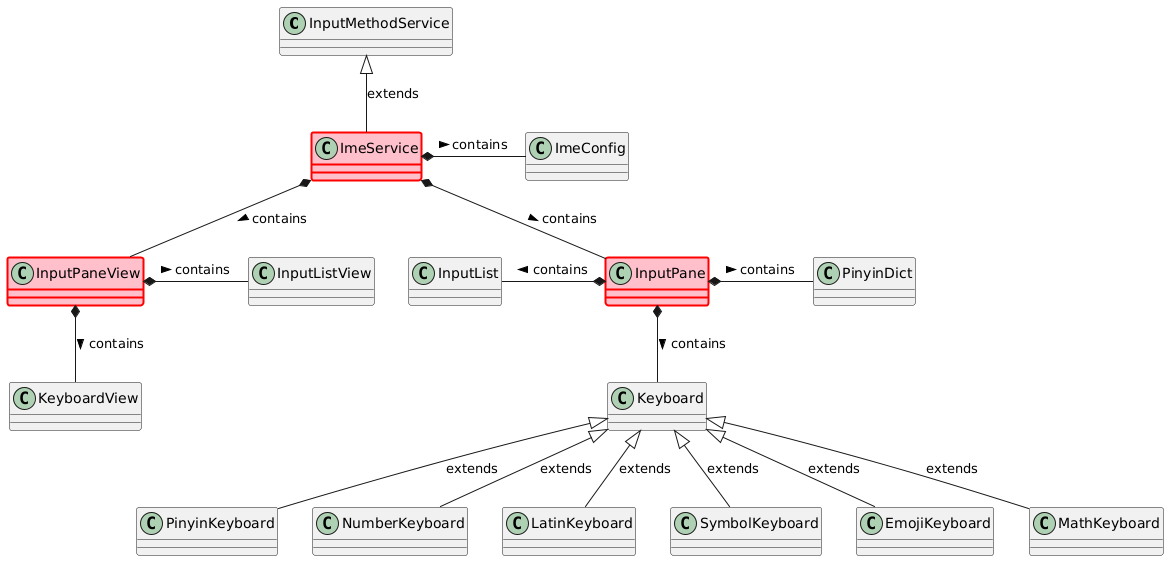
Before: docs/img/class-diagram.png, a diagram exported from PlantUML (crazydan-studio/kuaizi-ime-android). The source it was exported from:
```plantuml
@startuml
class "InputMethodService" as sys_ime_svc
class "ImeService" as ime_svc #pink ##[bold]red
class "ImeConfig" as ime_conf

class "InputPane" as input_pane #pink ##[bold]red
class "PinyinDict" as dict
class "InputList" as input_list
class "Keyboard" as keyboard
class "PinyinKeyboard" as pinyin_kb
class "NumberKeyboard" as number_kb
class "LatinKeyboard" as latin_kb
class "SymbolKeyboard" as symbol_kb
class "EmojiKeyboard" as emoji_kb
class "MathKeyboard" as math_kb

class "InputPaneView" as input_pane_view #pink ##[bold]red
class "KeyboardView" as keyboard_view
class "InputListView" as input_list_view

sys_ime_svc <|-down- ime_svc: extends

ime_svc *-right- ime_conf: contains >
ime_svc *-down- input_pane: contains >
ime_svc *-down- input_pane_view: contains >

input_pane_view *-right- input_list_view: contains >
input_pane_view *-down- keyboard_view: contains >

input_pane *-left- input_list: contains >
input_pane *-down- keyboard: contains >
input_pane *-right- dict: contains >

keyboard <|-down- pinyin_kb: extends
keyboard <|-down- number_kb: extends
keyboard <|-down- latin_kb: extends
keyboard <|-down- symbol_kb: extends
keyboard <|-down- emoji_kb: extends
keyboard <|-down- math_kb: extends
@enduml
```
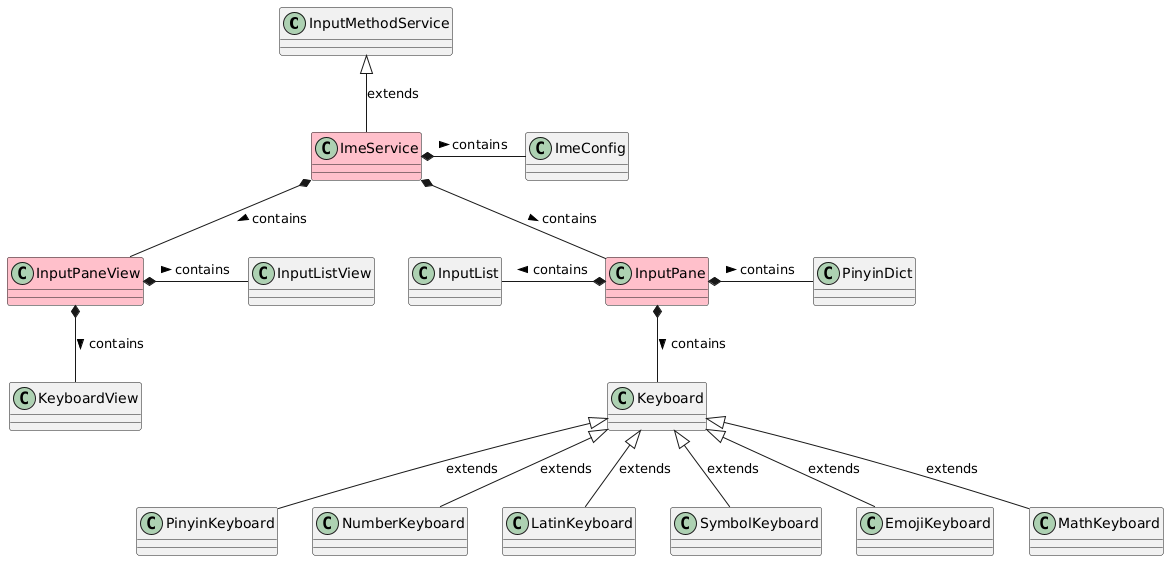
Later version of the same file.

The edit, as a diff of the source:
```diff
@@ -1,9 +1,9 @@
 @startuml
 class "InputMethodService" as sys_ime_svc
-class "ImeService" as ime_svc #pink ##[bold]red
+class "ImeService" as ime_svc #pink
 class "ImeConfig" as ime_conf
 
-class "InputPane" as input_pane #pink ##[bold]red
+class "InputPane" as input_pane #pink
 class "PinyinDict" as dict
 class "InputList" as input_list
 class "Keyboard" as keyboard
@@ -14,7 +14,7 @@
 class "EmojiKeyboard" as emoji_kb
 class "MathKeyboard" as math_kb
 
-class "InputPaneView" as input_pane_view #pink ##[bold]red
+class "InputPaneView" as input_pane_view #pink
 class "KeyboardView" as keyboard_view
 class "InputListView" as input_list_view
 
```
